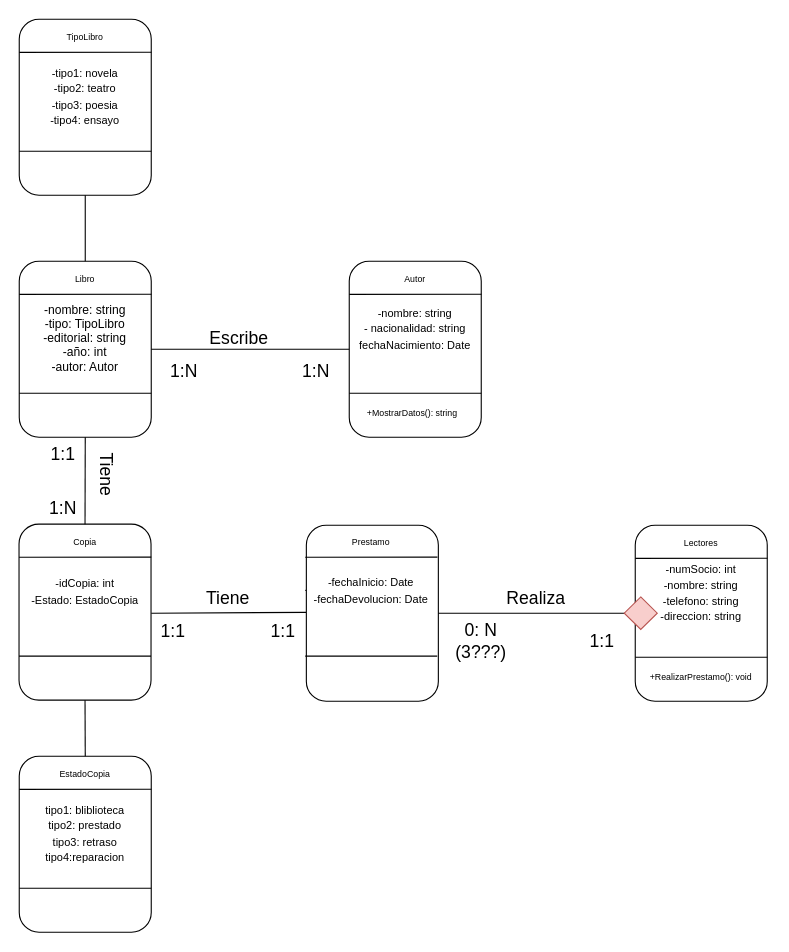
Earlier version of the draw.io diagram page "Page-1" (1 of 2) of Entornos/7/Buaaa2.drawio (enderwigim/DAW1). Source tidied: cells renumbered, new cells numbered last; positions are measured from the earlier drawing's top-left corner, leaving out a move shared by most shapes. Both pictures are drawn from the tidied source at 110%, with x=0, y=0 at pixel (19, 19).
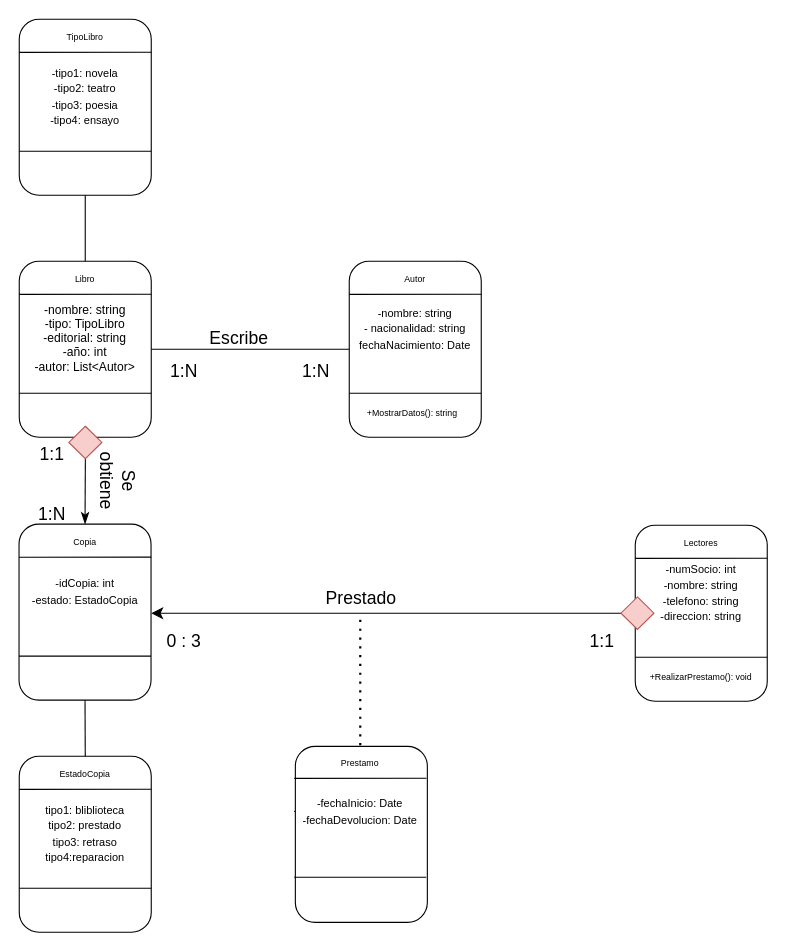
Above is the later version.

Unchanged cells that the change refers to:
```xml
<mxCell id="30" value="&lt;span style=&quot;font-size: 8px;&quot;&gt;Prestamo&lt;/span&gt;" style="text;html=1;align=center;verticalAlign=middle;whiteSpace=wrap;rounded=0;" parent="25" vertex="1">
  <mxGeometry width="120" height="30" as="geometry" />
</mxCell>
<mxCell id="31" value="&lt;font size=&quot;1&quot;&gt;-fechaInicio: Date&lt;/font&gt;&lt;div&gt;&lt;font size=&quot;1&quot;&gt;-fechaDevolucion: Date&lt;/font&gt;&lt;/div&gt;" style="text;html=1;align=center;verticalAlign=middle;whiteSpace=wrap;rounded=0;" parent="25" vertex="1">
  <mxGeometry x="0.2" y="30" width="120" height="60" as="geometry" />
</mxCell>
<mxCell id="32" style="group;" parent="1" vertex="1">
  <mxGeometry x="560" y="460" width="120.2" height="160" as="geometry" />
</mxCell>
<mxCell id="47" style="group;" parent="45" vertex="1">
  <mxGeometry width="120.2" height="160" as="geometry" />
</mxCell>
<mxCell id="52" value="&lt;font style=&quot;font-size: 8px;&quot;&gt;Copia&lt;/font&gt;" style="text;html=1;align=center;verticalAlign=middle;whiteSpace=wrap;rounded=0;" parent="47" vertex="1">
  <mxGeometry x="30" width="60" height="30" as="geometry" />
</mxCell>
<mxCell id="59" style="group;" parent="1" vertex="1">
  <mxGeometry y="220" width="180" height="160" as="geometry" />
</mxCell>
<mxCell id="60" style="rounded=1;whiteSpace=wrap;html=1;" parent="59" vertex="1">
  <mxGeometry width="120" height="160" as="geometry" />
</mxCell>
```

Diff of the diagram source:
```diff
@@
-    <mxCell id="2" style="endArrow=none;html=1;rounded=0;fontSize=12;startSize=8;endSize=8;curved=1;" parent="1" edge="1">
+    <mxCell id="2" style="endArrow=classic;html=1;rounded=0;fontSize=12;startSize=8;endSize=8;curved=1;endFill=1;" parent="1" edge="1" source="40">
       <mxGeometry relative="1" as="geometry">
-        <mxPoint x="380" y="540" as="sourcePoint" />
-        <mxPoint x="560" y="540" as="targetPoint" />
+        <mxPoint x="120" y="540" as="targetPoint" />
       </mxGeometry>
     </mxCell>
@@
     <mxCell id="25" style="group;" parent="1" vertex="1">
-      <mxGeometry x="260" y="459" width="121" height="161" as="geometry" />
+      <mxGeometry x="250" y="660" width="121" height="161" as="geometry" />
     </mxCell>
@@
     <mxCell id="40" style="rhombus;whiteSpace=wrap;html=1;fillColor=#f8cecc;strokeColor=#b85450;" parent="32" vertex="1">
-      <mxGeometry x="-10" y="65.2" width="30" height="29.5" as="geometry" />
+      <mxGeometry x="-13" y="65.2" width="30" height="29.5" as="geometry" />
     </mxCell>
@@
-    <mxCell id="42" value="Realiza" style="text;html=1;align=center;verticalAlign=middle;whiteSpace=wrap;rounded=0;fontSize=16;" parent="1" vertex="1">
-      <mxGeometry x="440" y="511" width="60" height="30" as="geometry" />
+    <mxCell id="42" value="Prestado" style="text;html=1;align=center;verticalAlign=middle;whiteSpace=wrap;rounded=0;fontSize=16;" parent="1" vertex="1">
+      <mxGeometry x="280.5" y="511" width="60" height="30" as="geometry" />
     </mxCell>
-    <mxCell id="43" value="0: N (3???)" style="text;html=1;align=center;verticalAlign=middle;whiteSpace=wrap;rounded=0;fontSize=16;" parent="1" vertex="1">
-      <mxGeometry x="390" y="550" width="60" height="30" as="geometry" />
+    <mxCell id="43" value="0 : 3" style="text;html=1;align=center;verticalAlign=middle;whiteSpace=wrap;rounded=0;fontSize=16;" parent="1" vertex="1">
+      <mxGeometry x="120" y="550" width="60" height="30" as="geometry" />
     </mxCell>
@@
-    <mxCell id="53" value="&lt;font size=&quot;1&quot;&gt;-idCopia: int&lt;/font&gt;&lt;div&gt;&lt;font size=&quot;1&quot;&gt;-Estado: EstadoCopia&lt;/font&gt;&lt;/div&gt;" style="text;html=1;align=center;verticalAlign=middle;whiteSpace=wrap;rounded=0;" parent="47" vertex="1">
+    <mxCell id="53" value="&lt;font size=&quot;1&quot;&gt;-idCopia: int&lt;/font&gt;&lt;div&gt;&lt;font size=&quot;1&quot;&gt;-estado: EstadoCopia&lt;/font&gt;&lt;/div&gt;" style="text;html=1;align=center;verticalAlign=middle;whiteSpace=wrap;rounded=0;" parent="47" vertex="1">
       <mxGeometry y="41" width="120" height="40" as="geometry" />
     </mxCell>
-    <mxCell id="54" style="endArrow=none;html=1;rounded=0;fontSize=12;startSize=8;endSize=8;curved=1;entryX=0.004;entryY=0.836;entryDx=0;entryDy=0;entryPerimeter=0;" parent="1" edge="1" target="31">
-      <mxGeometry relative="1" as="geometry">
-        <mxPoint x="120" y="540" as="sourcePoint" />
-      </mxGeometry>
-    </mxCell>
-    <mxCell id="55" value="Tiene" style="text;html=1;align=center;verticalAlign=middle;whiteSpace=wrap;rounded=0;fontSize=16;" parent="1" vertex="1">
-      <mxGeometry x="160" y="511" width="60" height="30" as="geometry" />
-    </mxCell>
-    <mxCell id="56" value="1:1" style="text;html=1;align=center;verticalAlign=middle;whiteSpace=wrap;rounded=0;fontSize=16;" parent="1" vertex="1">
-      <mxGeometry x="210" y="541" width="60" height="30" as="geometry" />
-    </mxCell>
-    <mxCell id="57" value="1:1" style="text;html=1;align=center;verticalAlign=middle;whiteSpace=wrap;rounded=0;fontSize=16;" parent="1" vertex="1">
-      <mxGeometry x="110" y="541" width="60" height="30" as="geometry" />
-    </mxCell>
@@
-    <mxCell id="65" value="&lt;div style=&quot;font-size: 11px;&quot;&gt;-nombre: string&lt;/div&gt;&lt;div style=&quot;font-size: 11px;&quot;&gt;-tipo: TipoLibro&lt;/div&gt;&lt;div style=&quot;font-size: 11px;&quot;&gt;-editorial: string&lt;/div&gt;&lt;div style=&quot;font-size: 11px;&quot;&gt;-año: int&lt;/div&gt;&lt;div style=&quot;font-size: 11px;&quot;&gt;-autor: Autor&lt;/div&gt;" style="text;html=1;align=center;verticalAlign=middle;whiteSpace=wrap;rounded=0;" parent="59" vertex="1">
+    <mxCell id="65" value="&lt;div style=&quot;font-size: 11px;&quot;&gt;-nombre: string&lt;/div&gt;&lt;div style=&quot;font-size: 11px;&quot;&gt;-tipo: TipoLibro&lt;/div&gt;&lt;div style=&quot;font-size: 11px;&quot;&gt;-editorial: string&lt;/div&gt;&lt;div style=&quot;font-size: 11px;&quot;&gt;-año: int&lt;/div&gt;&lt;div style=&quot;font-size: 11px;&quot;&gt;-autor: List&amp;lt;Autor&amp;gt;&lt;/div&gt;" style="text;html=1;align=center;verticalAlign=middle;whiteSpace=wrap;rounded=0;" parent="59" vertex="1">
       <mxGeometry y="50" width="120" height="40" as="geometry" />
     </mxCell>
@@
-    <mxCell id="67" style="endArrow=none;html=1;rounded=0;fontSize=12;startSize=8;endSize=8;curved=1;entryX=0.5;entryY=1;entryDx=0;entryDy=0;exitX=0.5;exitY=0;exitDx=0;exitDy=0;" parent="1" edge="1" source="52" target="60">
+    <mxCell id="67" style="endArrow=none;html=1;rounded=0;fontSize=12;startSize=8;endSize=8;curved=1;entryX=0.5;entryY=1;entryDx=0;entryDy=0;exitX=0.5;exitY=0;exitDx=0;exitDy=0;" parent="1" edge="1" source="76" target="60">
       <mxGeometry relative="1" as="geometry" />
     </mxCell>
-    <mxCell id="68" value="Tiene" style="text;html=1;align=center;verticalAlign=middle;whiteSpace=wrap;rounded=0;fontSize=16;rotation=90;" parent="1" vertex="1">
-      <mxGeometry x="50" y="399" width="60" height="30" as="geometry" />
+    <mxCell id="68" value="Se obtiene" style="text;html=1;align=center;verticalAlign=middle;whiteSpace=wrap;rounded=0;fontSize=16;rotation=90;" parent="1" vertex="1">
+      <mxGeometry x="60.2" y="405" width="60" height="30" as="geometry" />
     </mxCell>
     <mxCell id="69" value="1:1" style="text;html=1;align=center;verticalAlign=middle;whiteSpace=wrap;rounded=0;fontSize=16;" parent="1" vertex="1">
-      <mxGeometry x="10" y="380" width="60" height="30" as="geometry" />
+      <mxGeometry x="-0.2" y="380" width="60" height="30" as="geometry" />
     </mxCell>
     <mxCell id="70" value="1:N" style="text;html=1;align=center;verticalAlign=middle;whiteSpace=wrap;rounded=0;fontSize=16;" parent="1" vertex="1">
-      <mxGeometry x="10" y="429" width="60" height="30" as="geometry" />
+      <mxGeometry x="0.2" y="435" width="60" height="30" as="geometry" />
     </mxCell>
@@
+    <mxCell id="75" style="endArrow=none;html=1;rounded=0;fontSize=12;startSize=8;endSize=8;curved=1;entryX=0.5;entryY=1;entryDx=0;entryDy=0;exitX=0.5;exitY=0;exitDx=0;exitDy=0;startArrow=classicThin;startFill=1;" parent="1" edge="1" source="52" target="76">
+      <mxGeometry relative="1" as="geometry" />
+    </mxCell>
+    <mxCell id="76" style="rhombus;whiteSpace=wrap;html=1;fillColor=#f8cecc;strokeColor=#b85450;" parent="1" vertex="1">
+      <mxGeometry x="45.1" y="370" width="30" height="29.5" as="geometry" />
+    </mxCell>
+    <mxCell id="77" style="endArrow=none;dashed=1;html=1;dashPattern=1 3;strokeWidth=2;rounded=0;exitX=0.5;exitY=0;exitDx=0;exitDy=0;" parent="1" edge="1" source="30">
+      <mxGeometry relative="1" as="geometry">
+        <mxPoint x="310" y="540" as="targetPoint" />
+      </mxGeometry>
+    </mxCell>
```
